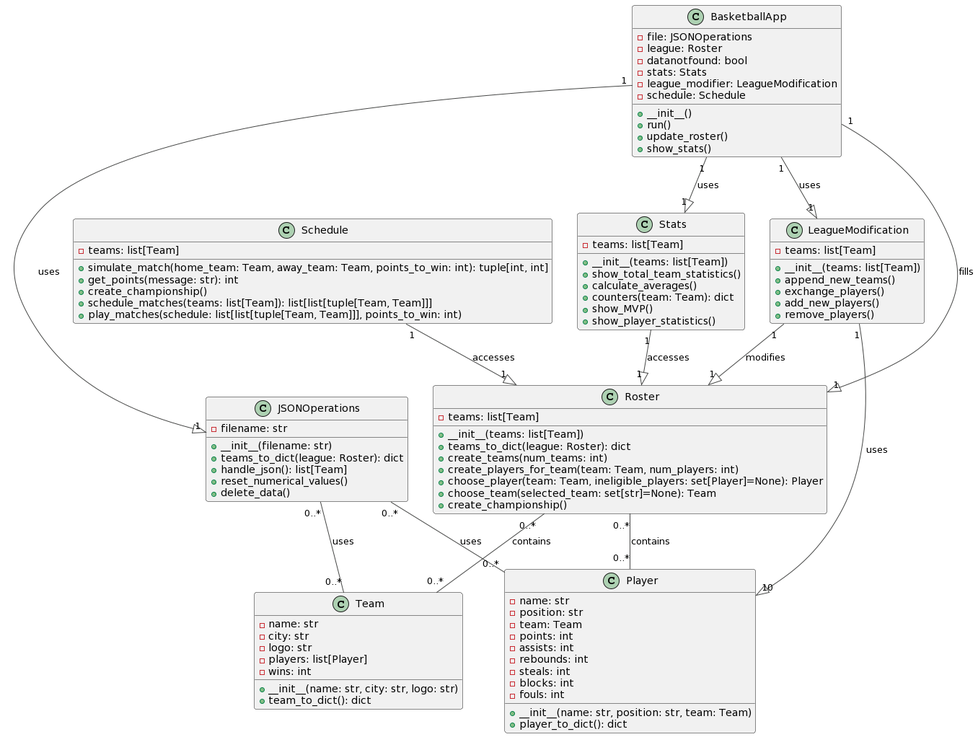
The PlantUML diagram 2paradoteo/Class Diagram/Class DIagram.png in KotsiosDimis/Basketball-system, before a commit.
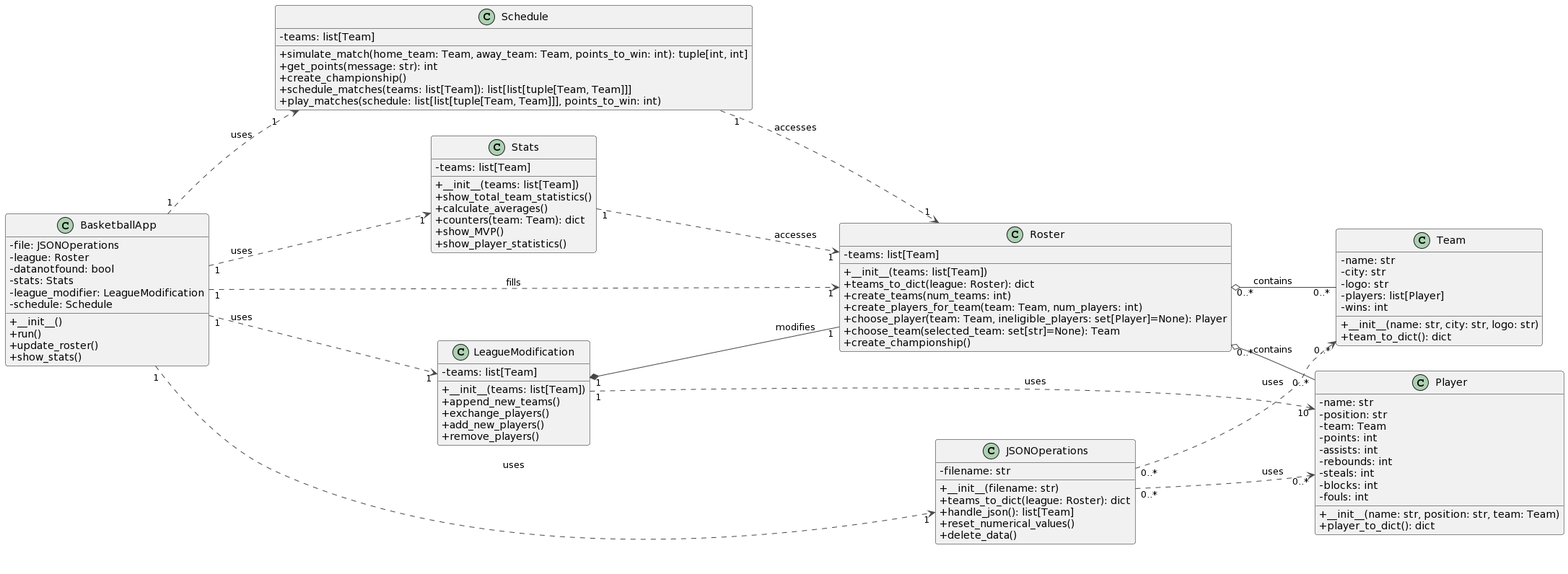
The same file after the commit.

Commit message:
Added New CLass diagram and some small modification

Change to the diagram source:
```diff
@@ -1,5 +1,8 @@
 @startuml
 !theme vibrant
+left to right direction
+hide empty members
+skinparam classAttributeIconSize 0
 
 class Team {
   - name: str
@@ -89,23 +92,24 @@
 
 
 
-Schedule "1" --|> "1" Roster: accesses
+Schedule "1" ..> "1" Roster: accesses
 
 
 
-LeagueModification "1" --|> "1" Roster: modifies
-LeagueModification "1" --|> "10" Player: uses
+LeagueModification "1" *-- "1" Roster: modifies
+LeagueModification "1" ..> "10" Player: uses
 
-Stats "1" --|> "1" Roster: accesses
+Stats "1" ..> "1" Roster: accesses
 
-JSONOperations "0..*" -- "0..*" Team: uses
-JSONOperations "0..*" -- "0..*" Player: uses
+JSONOperations "0..*" ..> "0..*" Team: uses
+JSONOperations "0..*" ..> "0..*" Player: uses
 
-Roster "0..*" -- "0..*" Team : contains
-Roster "0..*" -- "0..*" Player : contains
+Roster "0..*" o-- "0..*" Team : contains
+Roster "0..*" o-- "0..*" Player : contains
 
-BasketballApp "1" --|> "1" JSONOperations: uses
-BasketballApp "1" --|> "1" Roster: fills
-BasketballApp "1" --|> "1" Stats: uses
-BasketballApp "1" --|> "1" LeagueModification: uses
+BasketballApp "1" ..> "1" JSONOperations: uses
+BasketballApp "1" ..> "1" Roster: fills
+BasketballApp "1" ..> "1" Stats: uses
+BasketballApp "1" ..> "1" LeagueModification: uses
+BasketballApp "1" ..> "1" Schedule: uses
 @enduml
```
